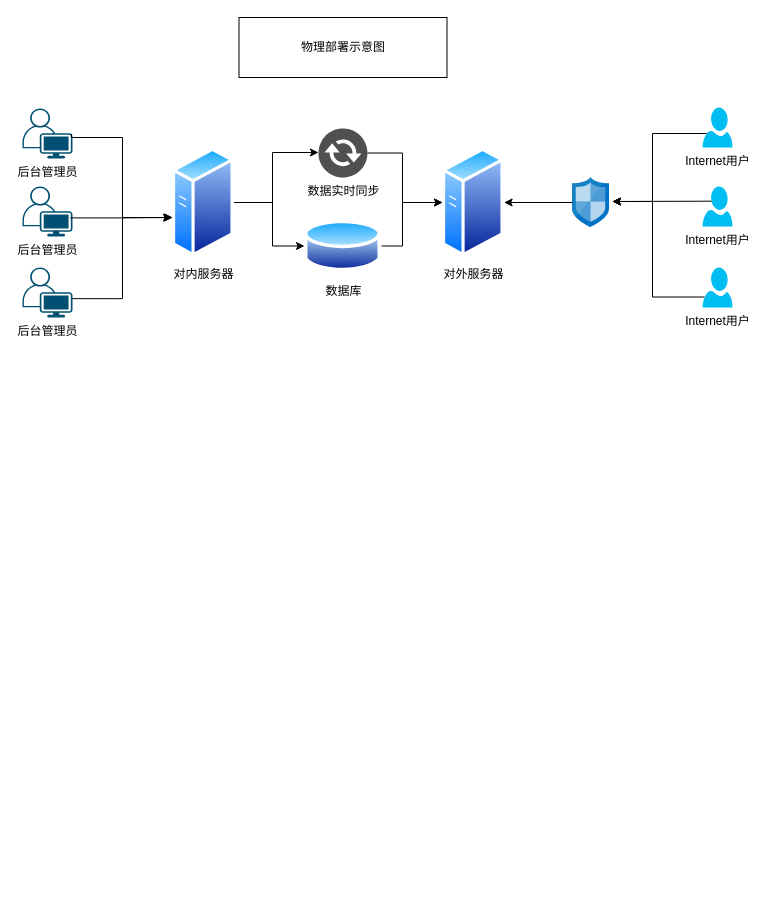
This is 紫金论电.drawio from yisqiu/SimpleMap-wx, a draw.io file, before an edit. Source tidied: cells renumbered, new cells numbered last; positions are measured from the earlier drawing's top-left corner, leaving out a move shared by most shapes. Both pictures are drawn from the tidied source at 100%, with x=0, y=0 at pixel (22, 17).
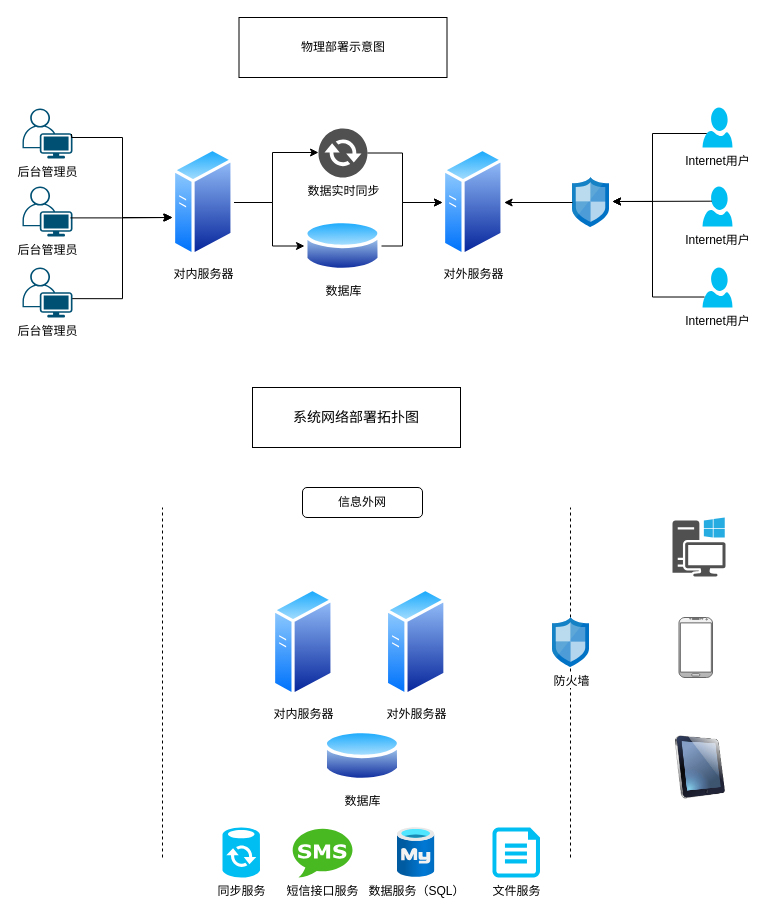
After the change.

Commit message:
更新紫金论电.drawio

Change to the diagram source:
```diff
@@
+    <mxCell id="25" value="对内服务器" style="perimeter=ellipsePerimeter;html=1;align=center;shadow=0;dashed=0;spacingTop=3;image;image=img/lib/active_directory/generic_server.svg;" parent="1" vertex="1">
+      <mxGeometry x="250" y="570" width="61.6" height="110" as="geometry" />
+    </mxCell>
+    <mxCell id="26" value="&lt;p class=&quot;MsoNormal&quot;&gt;&lt;span style=&quot;font-size: 10.5000pt&quot;&gt;&lt;font face=&quot;宋体&quot;&gt;系统网络部署拓扑图&lt;/font&gt;&lt;/span&gt;&lt;/p&gt;" style="rounded=0;whiteSpace=wrap;html=1;" parent="1" vertex="1">
+      <mxGeometry x="230" y="370" width="208" height="60" as="geometry" />
+    </mxCell>
+    <mxCell id="27" value="数据库" style="perimeter=ellipsePerimeter;html=1;align=center;shadow=0;dashed=0;spacingTop=3;image;image=img/lib/active_directory/database.svg;" parent="1" vertex="1">
+      <mxGeometry x="301.5" y="710" width="77" height="57" as="geometry" />
+    </mxCell>
+    <mxCell id="28" value="对外服务器" style="perimeter=ellipsePerimeter;html=1;align=center;shadow=0;dashed=0;spacingTop=3;image;image=img/lib/active_directory/generic_server.svg;" parent="1" vertex="1">
+      <mxGeometry x="362.9" y="570" width="61.6" height="110" as="geometry" />
+    </mxCell>
+    <mxCell id="29" value="信息外网" style="rounded=1;whiteSpace=wrap;html=1;" parent="1" vertex="1">
+      <mxGeometry x="280" y="470" width="120" height="30" as="geometry" />
+    </mxCell>
+    <mxCell id="30" style="shadow=0;dashed=0;html=1;strokeColor=none;fillColor=#505050;labelPosition=center;verticalLabelPosition=bottom;verticalAlign=top;align=center;shape=mxgraph.office.devices.workstation_pc;" parent="1" vertex="1">
+      <mxGeometry x="650" y="500" width="53" height="59" as="geometry" />
+    </mxCell>
+    <mxCell id="31" style="verticalLabelPosition=bottom;verticalAlign=top;html=1;shadow=0;dashed=0;strokeWidth=1;shape=mxgraph.android.phone2;strokeColor=#666666;fillColor=#f5f5f5;gradientColor=#b3b3b3;" parent="1" vertex="1">
+      <mxGeometry x="656.5" y="600" width="33.5" height="60" as="geometry" />
+    </mxCell>
+    <mxCell id="32" style="image;html=1;image=img/lib/clip_art/computers/iPad_128x128.png;" parent="1" vertex="1">
+      <mxGeometry x="653" y="710" width="50" height="80" as="geometry" />
+    </mxCell>
+    <mxCell id="33" style="endArrow=none;dashed=1;html=1;" parent="1" edge="1">
+      <mxGeometry relative="1" as="geometry">
+        <mxPoint x="548" y="840" as="sourcePoint" />
+        <mxPoint x="548" y="490" as="targetPoint" />
+      </mxGeometry>
+    </mxCell>
+    <mxCell id="34" value="防火墙" style="html=1;align=center;image;fontSize=12;image=img/lib/mscae/Network_Security_Groups_Classic.svg;" parent="1" vertex="1">
+      <mxGeometry x="530" y="600" width="37" height="50" as="geometry" />
+    </mxCell>
+    <mxCell id="35" style="endArrow=none;dashed=1;html=1;" parent="1" edge="1">
+      <mxGeometry relative="1" as="geometry">
+        <mxPoint x="140" y="840" as="sourcePoint" />
+        <mxPoint x="140" y="490" as="targetPoint" />
+      </mxGeometry>
+    </mxCell>
+    <mxCell id="36" value="同步服务&lt;br&gt;" style="verticalLabelPosition=bottom;html=1;verticalAlign=top;align=center;strokeColor=none;fillColor=#00BEF2;shape=mxgraph.azure.sql_datasync;" parent="1" vertex="1">
+      <mxGeometry x="200" y="810" width="37.5" height="50" as="geometry" />
+    </mxCell>
+    <mxCell id="37" value="短信接口服务" style="dashed=0;html=1;align=center;labelPosition=center;verticalLabelPosition=bottom;verticalAlign=top;shape=mxgraph.weblogos.sms;fillColor=#48B921;strokeColor=none;" parent="1" vertex="1">
+      <mxGeometry x="270" y="810" width="60" height="50" as="geometry" />
+    </mxCell>
+    <mxCell id="38" value="数据服务（SQL）" style="html=1;align=center;image;fontSize=12;image=img/lib/azure2/databases/Azure_Database_MySQL_Server.svg;" parent="1" vertex="1">
+      <mxGeometry x="374.9" y="810" width="37.5" height="50" as="geometry" />
+    </mxCell>
+    <mxCell id="39" value="文件服务" style="verticalLabelPosition=bottom;html=1;verticalAlign=top;align=center;strokeColor=none;fillColor=#00BEF2;shape=mxgraph.azure.cloud_services_configuration_file;" parent="1" vertex="1">
+      <mxGeometry x="470" y="810" width="47.5" height="50" as="geometry" />
+    </mxCell>
```
